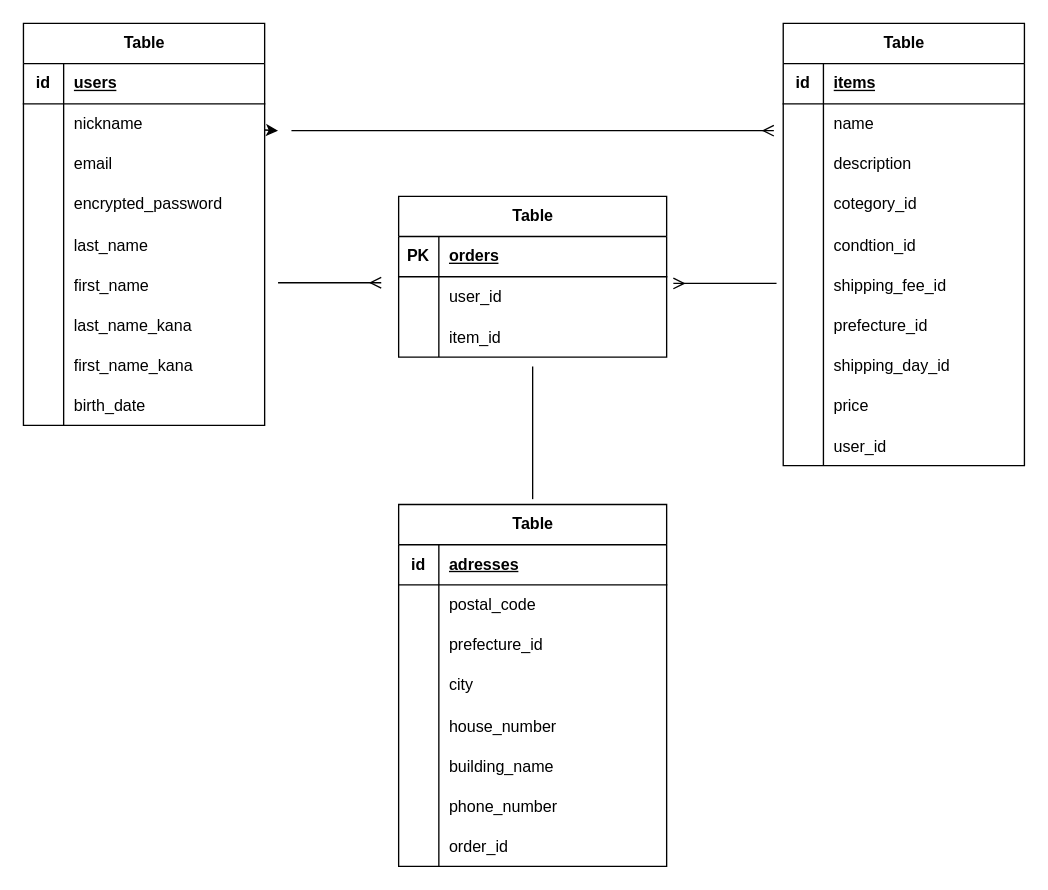
Earlier version of the draw.io diagram ER.dio (Ip0505/furima-47240). Source tidied: cells renumbered, new cells numbered last; positions are measured from the earlier drawing's top-left corner, leaving out a move shared by most shapes. Both pictures are drawn from the tidied source at 134%, with x=0, y=0 at pixel (23, 23).
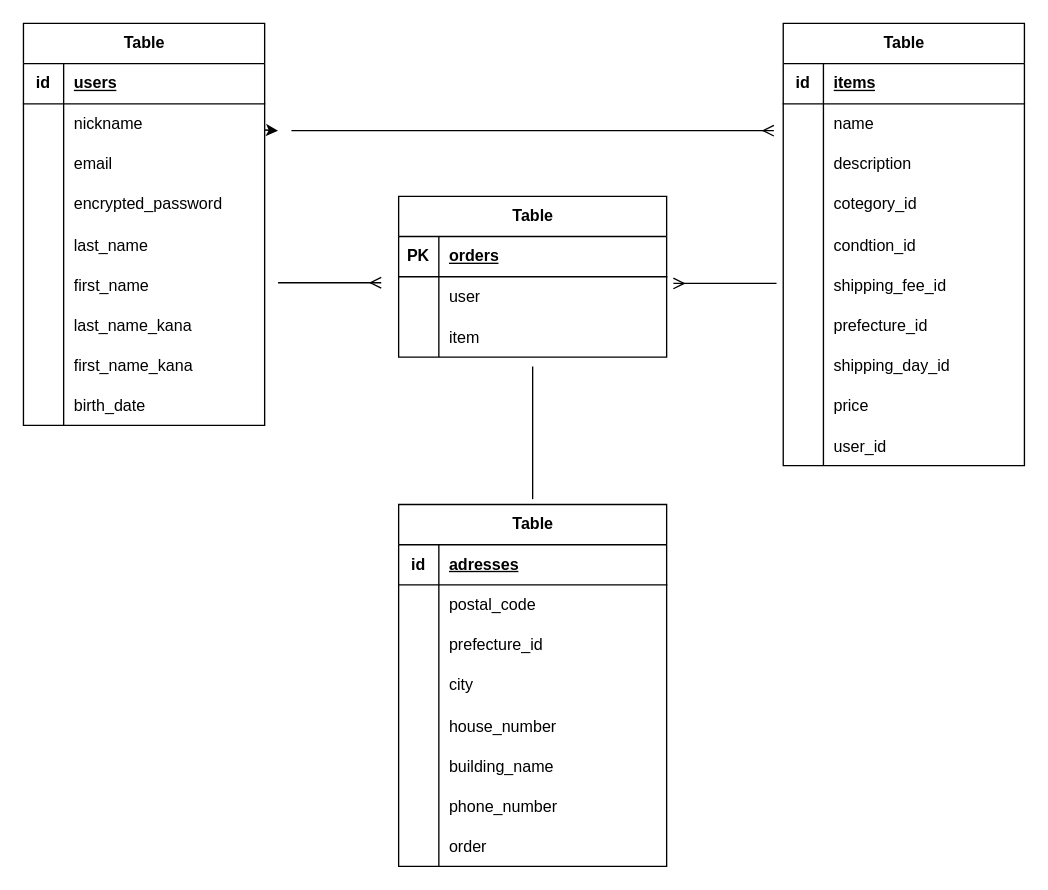
Above is the later version.

Commit message (it also covers changes not shown here):
_idの重複修正

Unchanged cells that the change refers to:
```xml
<mxCell id="24" style="shape=tableRow;horizontal=0;startSize=0;swimlaneHead=0;swimlaneBody=0;fillColor=none;top=0;left=0;right=0;bottom=0;" parent="2" vertex="1">
  <mxGeometry y="240" width="200" height="30" as="geometry" />
</mxCell>
<mxCell id="63" style="shape=tableRow;horizontal=0;startSize=0;swimlaneHead=0;swimlaneBody=0;fillColor=none;top=0;left=0;right=0;bottom=0;" parent="59" vertex="1">
  <mxGeometry y="60" width="200" height="30" as="geometry" />
</mxCell>
<mxCell id="66" style="shape=tableRow;horizontal=0;startSize=0;swimlaneHead=0;swimlaneBody=0;fillColor=none;top=0;left=0;right=0;bottom=0;" parent="59" vertex="1">
  <mxGeometry y="90" width="200" height="30" as="geometry" />
</mxCell>
```

Diff of the diagram source:
```diff
@@
-    <mxCell id="26" value="order_id" style="shape=partialRectangle;fillColor=none;top=0;left=0;bottom=0;right=0;align=left;spacingLeft=6;overflow=hidden;" parent="24" vertex="1">
+    <mxCell id="26" value="order" style="shape=partialRectangle;fillColor=none;top=0;left=0;bottom=0;right=0;align=left;spacingLeft=6;overflow=hidden;" parent="24" vertex="1">
       <mxGeometry x="30" width="170" height="30" as="geometry" />
     </mxCell>
@@
-    <mxCell id="65" value="user_id" style="shape=partialRectangle;fillColor=none;top=0;left=0;bottom=0;right=0;align=left;spacingLeft=6;overflow=hidden;whiteSpace=wrap;html=1;" parent="63" vertex="1">
+    <mxCell id="65" value="user" style="shape=partialRectangle;fillColor=none;top=0;left=0;bottom=0;right=0;align=left;spacingLeft=6;overflow=hidden;whiteSpace=wrap;html=1;" parent="63" vertex="1">
       <mxGeometry x="30" width="170" height="30" as="geometry" />
     </mxCell>
@@
-    <mxCell id="68" value="item_id" style="shape=partialRectangle;fillColor=none;top=0;left=0;bottom=0;right=0;align=left;spacingLeft=6;overflow=hidden;" parent="66" vertex="1">
+    <mxCell id="68" value="item" style="shape=partialRectangle;fillColor=none;top=0;left=0;bottom=0;right=0;align=left;spacingLeft=6;overflow=hidden;" parent="66" vertex="1">
       <mxGeometry x="30" width="170" height="30" as="geometry" />
     </mxCell>
```
